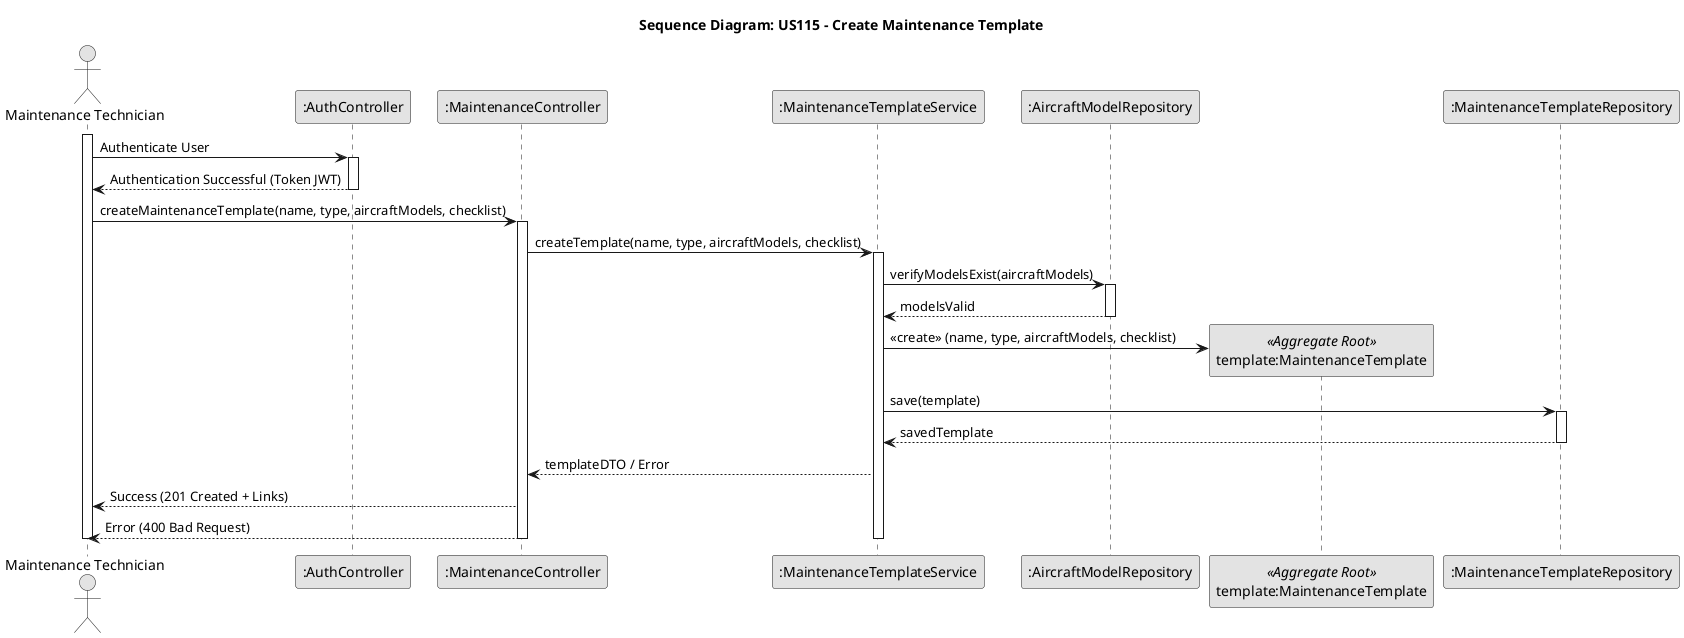
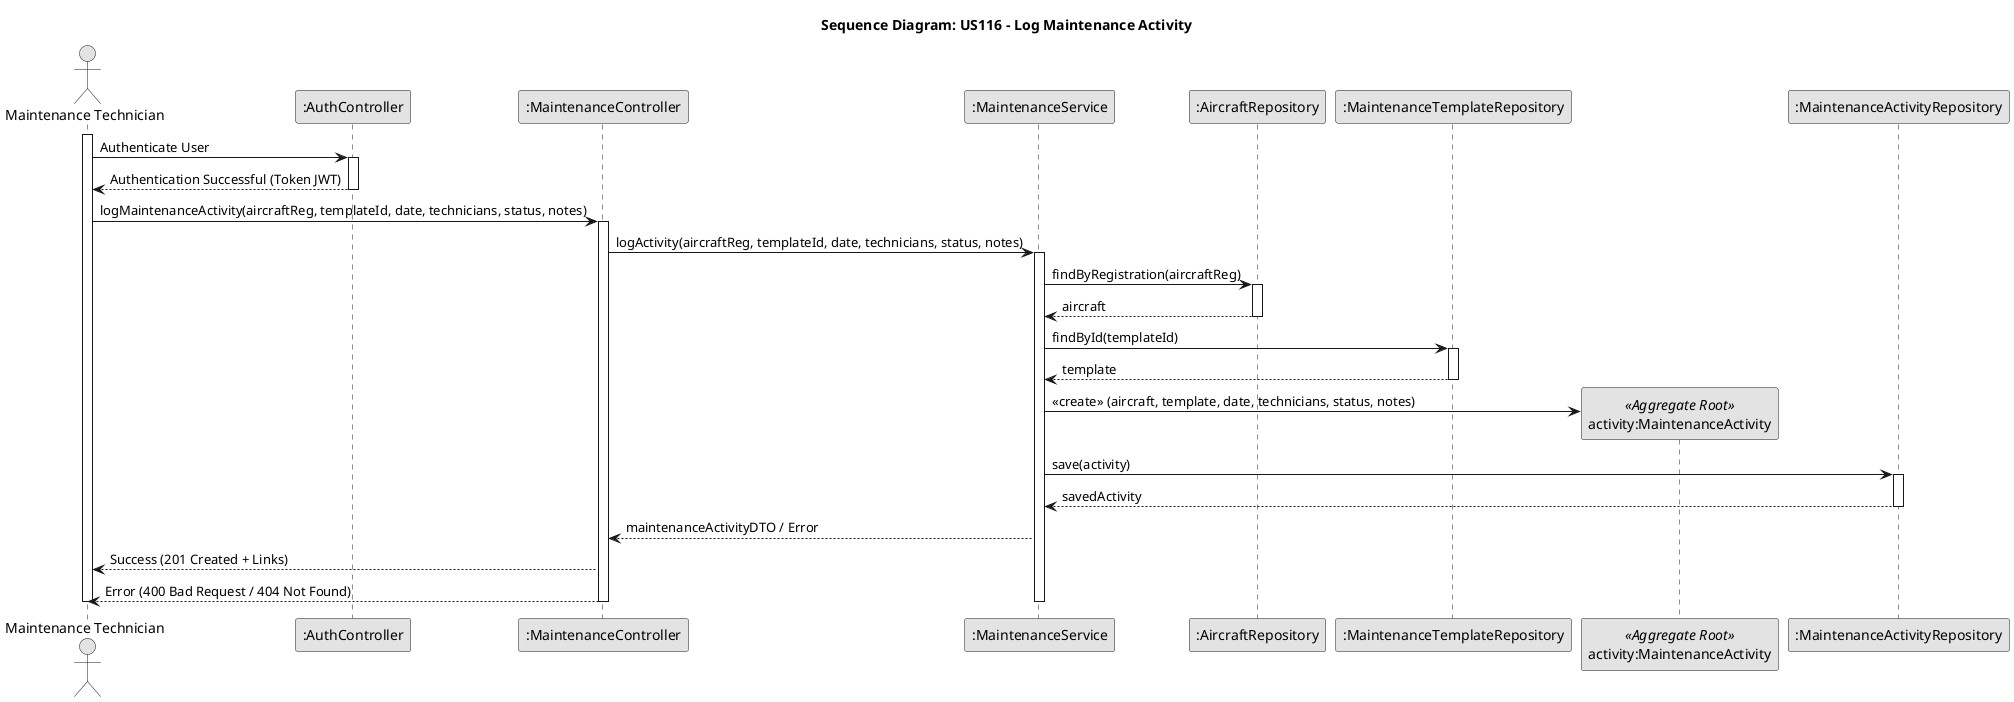
@startuml
skinparam monochrome true
skinparam shadowing false

- title Sequence Diagram: US115 - Create Maintenance Template
+ title Sequence Diagram: US116 - Log Maintenance Activity

actor "Maintenance Technician" as User
participant ":AuthController" as Auth
participant ":MaintenanceController" as Ctrl
- participant ":MaintenanceTemplateService" as Service
- participant ":AircraftModelRepository" as RepoModel
- participant "template:MaintenanceTemplate" as Template <<Aggregate Root>>
+ participant ":MaintenanceService" as Service
+ participant ":AircraftRepository" as RepoAircraft
participant ":MaintenanceTemplateRepository" as RepoTemplate
+ participant "activity:MaintenanceActivity" as Activity <<Aggregate Root>>
+ participant ":MaintenanceActivityRepository" as RepoActivity

activate User
+ 

User -> Auth : Authenticate User
activate Auth
Auth --> User : Authentication Successful (Token JWT)
deactivate Auth

- User -> Ctrl : createMaintenanceTemplate(name, type, aircraftModels, checklist)
+ 
+ User -> Ctrl : logMaintenanceActivity(aircraftReg, templateId, date, technicians, status, notes)
activate Ctrl

- Ctrl -> Service : createTemplate(name, type, aircraftModels, checklist)
+ Ctrl -> Service : logActivity(aircraftReg, templateId, date, technicians, status, notes)
activate Service

-     Service -> RepoModel : verifyModelsExist(aircraftModels)
-     activate RepoModel
-     RepoModel --> Service : modelsValid
-     deactivate RepoModel
+     Service -> RepoAircraft : findByRegistration(aircraftReg)
+     activate RepoAircraft
+     RepoAircraft --> Service : aircraft
+     deactivate RepoAircraft

-     Service -> Template** : <<create>> (name, type, aircraftModels, checklist)
- 
-     Service -> RepoTemplate : save(template)
+     Service -> RepoTemplate : findById(templateId)
    activate RepoTemplate
-     RepoTemplate --> Service : savedTemplate
+     RepoTemplate --> Service : template
    deactivate RepoTemplate

-     Service --> Ctrl : templateDTO / Error
+ 
+     Service -> Activity** : <<create>> (aircraft, template, date, technicians, status, notes)
+ 
+     Service -> RepoActivity : save(activity)
+     activate RepoActivity
+     RepoActivity --> Service : savedActivity
+     deactivate RepoActivity
+ 
+     Service --> Ctrl : maintenanceActivityDTO / Error

    Ctrl --> User : Success (201 Created + Links)
-     Ctrl --> User : Error (400 Bad Request)
+     Ctrl --> User : Error (400 Bad Request / 404 Not Found)

deactivate Service
deactivate Ctrl
deactivate User
@enduml